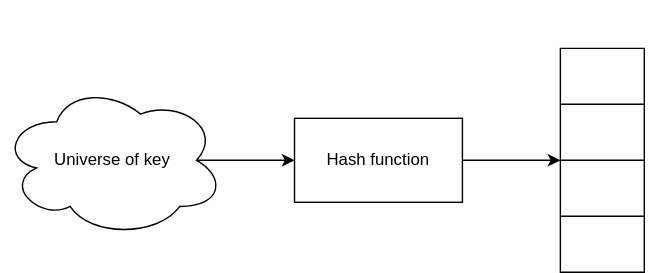
Earlier version of the draw.io export hashing/documention/hashFunction.drawio.svg (ratanlalmourya/geeksforgeeks). Source tidied: cells renumbered, new cells last; positions are measured from the earlier drawing's top-left corner, leaving out a move shared by most shapes.
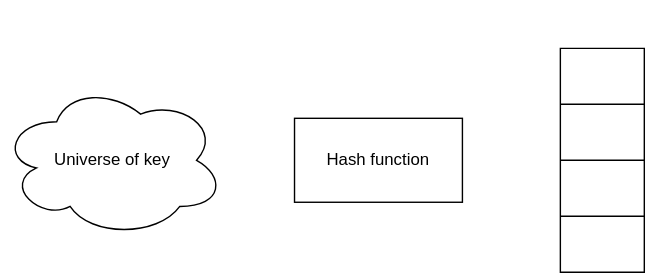
Later version of the same file.

What changed in the source:
```diff
@@ -2,13 +2,13 @@
   <root>
     <mxCell id="0" />
     <mxCell id="1" parent="0" />
-    <mxCell id="2" style="edgeStyle=none;html=1;exitX=0.875;exitY=0.5;exitDx=0;exitDy=0;exitPerimeter=0;strokeColor=default;" parent="1" edge="1" source="3" target="5">
+    <mxCell id="2" style="edgeStyle=none;html=1;exitX=0.875;exitY=0.5;exitDx=0;exitDy=0;exitPerimeter=0;strokeColor=#FFFFFF;" parent="1" edge="1" source="3" target="5">
       <mxGeometry relative="1" as="geometry" />
     </mxCell>
     <mxCell id="3" value="Universe of key" style="ellipse;shape=cloud;whiteSpace=wrap;html=1;" parent="1" vertex="1">
       <mxGeometry y="59" width="160" height="110" as="geometry" />
     </mxCell>
-    <mxCell id="4" style="edgeStyle=none;html=1;exitX=1;exitY=0.5;exitDx=0;exitDy=0;fontFamily=Helvetica;fontSize=12;fontColor=default;startSize=0;" parent="1" edge="1" source="5">
+    <mxCell id="4" style="edgeStyle=none;html=1;exitX=1;exitY=0.5;exitDx=0;exitDy=0;fontFamily=Helvetica;fontSize=12;fontColor=default;startSize=0;strokeColor=#ffffff;" parent="1" edge="1" source="5">
       <mxGeometry relative="1" as="geometry">
         <mxPoint x="400" y="114" as="targetPoint" />
       </mxGeometry>
```
